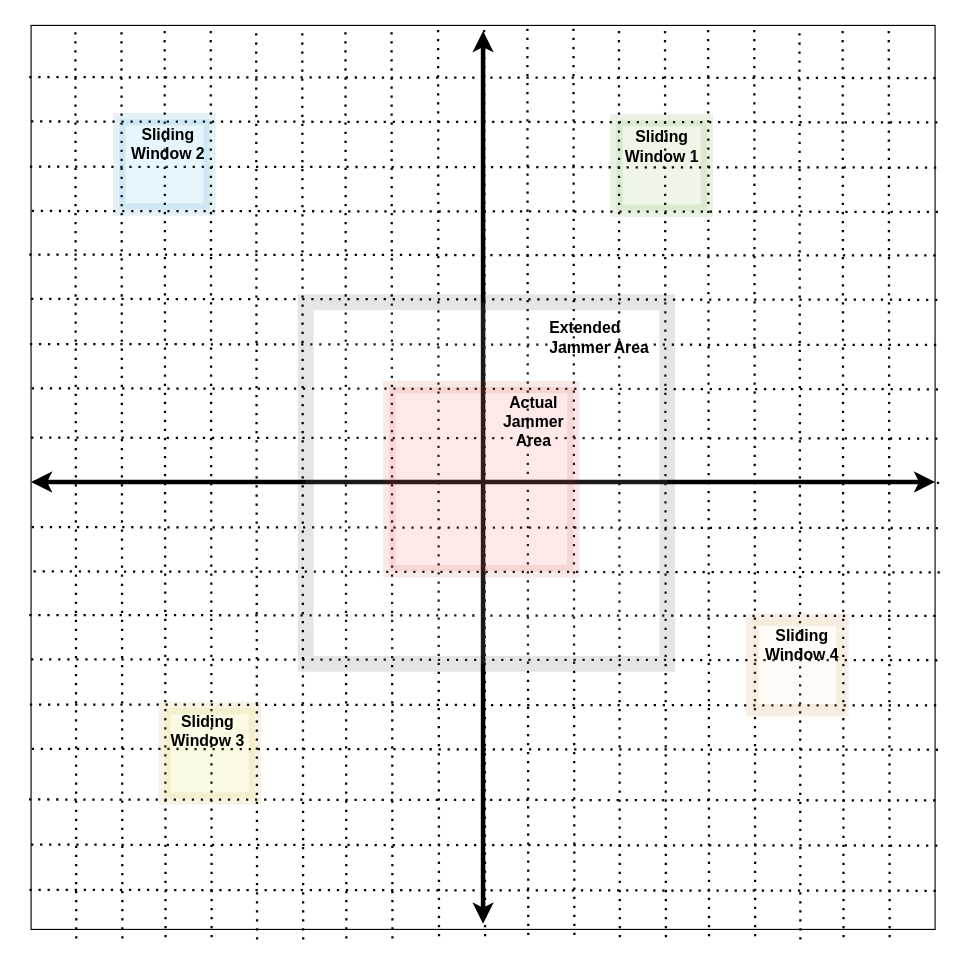
This is GridScenario.drawio from nahmed087/MyFigures, a draw.io file, before an edit. Source tidied: cells renumbered, new cells numbered last; positions are measured from the earlier drawing's top-left corner, leaving out a move shared by most shapes. Both pictures are drawn from the tidied source at 113%, with x=0, y=0 at pixel (28, 21). Pictures stored in the file or linked from it are replaced by grey dashed boxes.
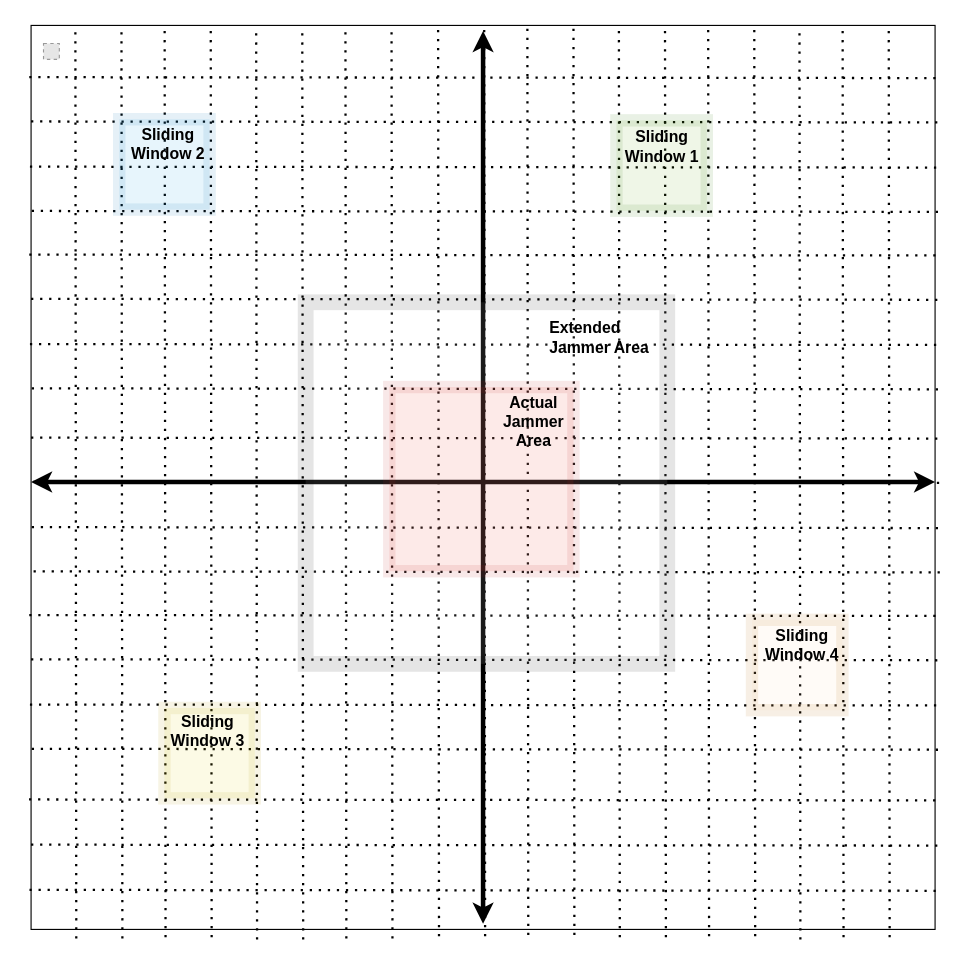
The same diagram, later.

The edit, as a diff of the source:
```diff
@@
+    <mxCell id="55" style="fillColor=#E6E6E6;strokeColor=#999999;dashed=1;html=1;verticalAlign=top;verticalLabelPosition=bottom;labelBackgroundColor=#ffffff;" parent="1" vertex="1">
+      <mxGeometry x="13" y="19" width="14" height="14" as="geometry" />
+    </mxCell>
```
